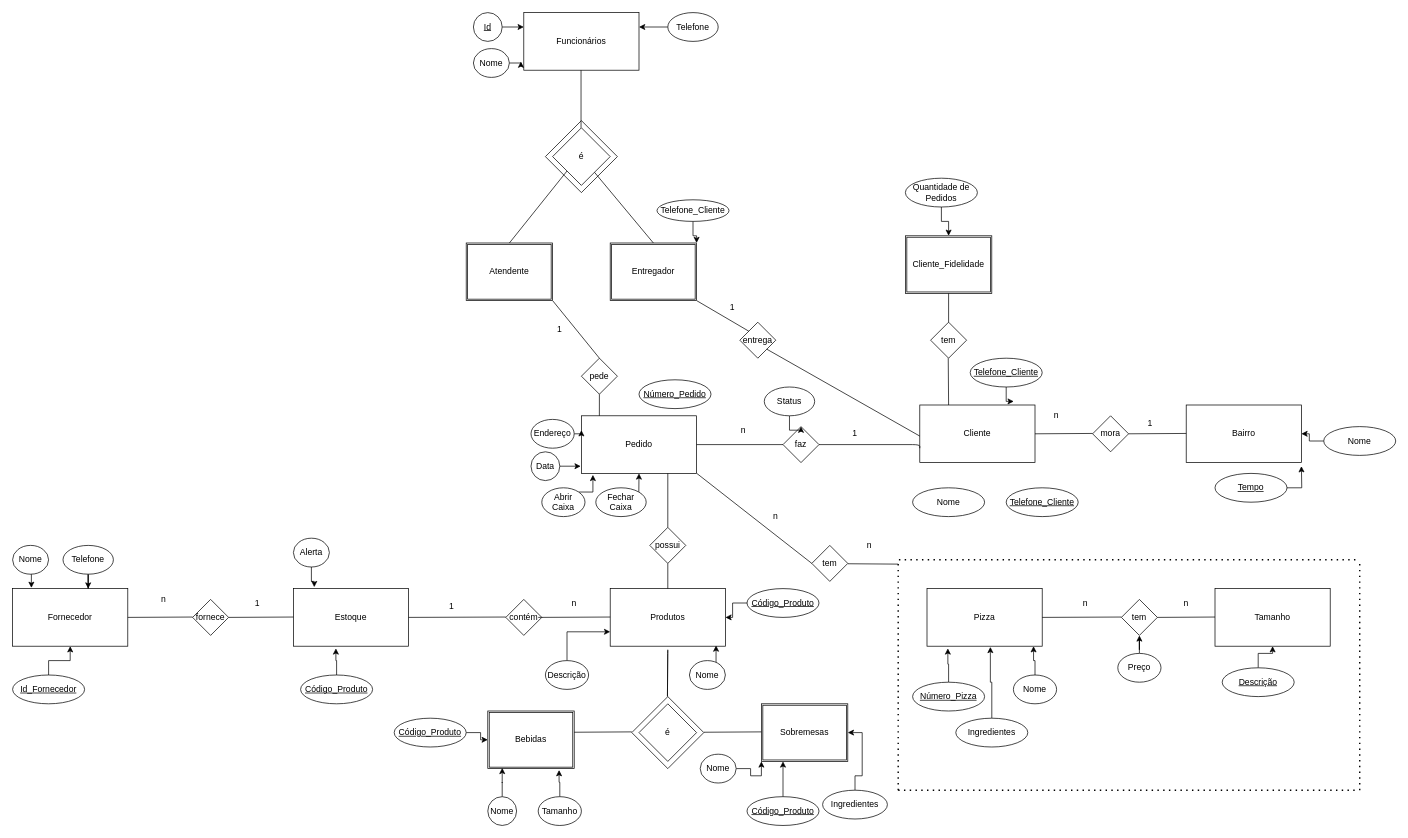
This is MER APSBD1.drawio from yangsouza/BD1, a draw.io file, before an edit. Source tidied: cells renumbered, new cells numbered last; positions are measured from the earlier drawing's top-left corner, leaving out a move shared by most shapes. Both pictures are drawn from the tidied source at 72%, with x=0, y=0 at pixel (12, 12).
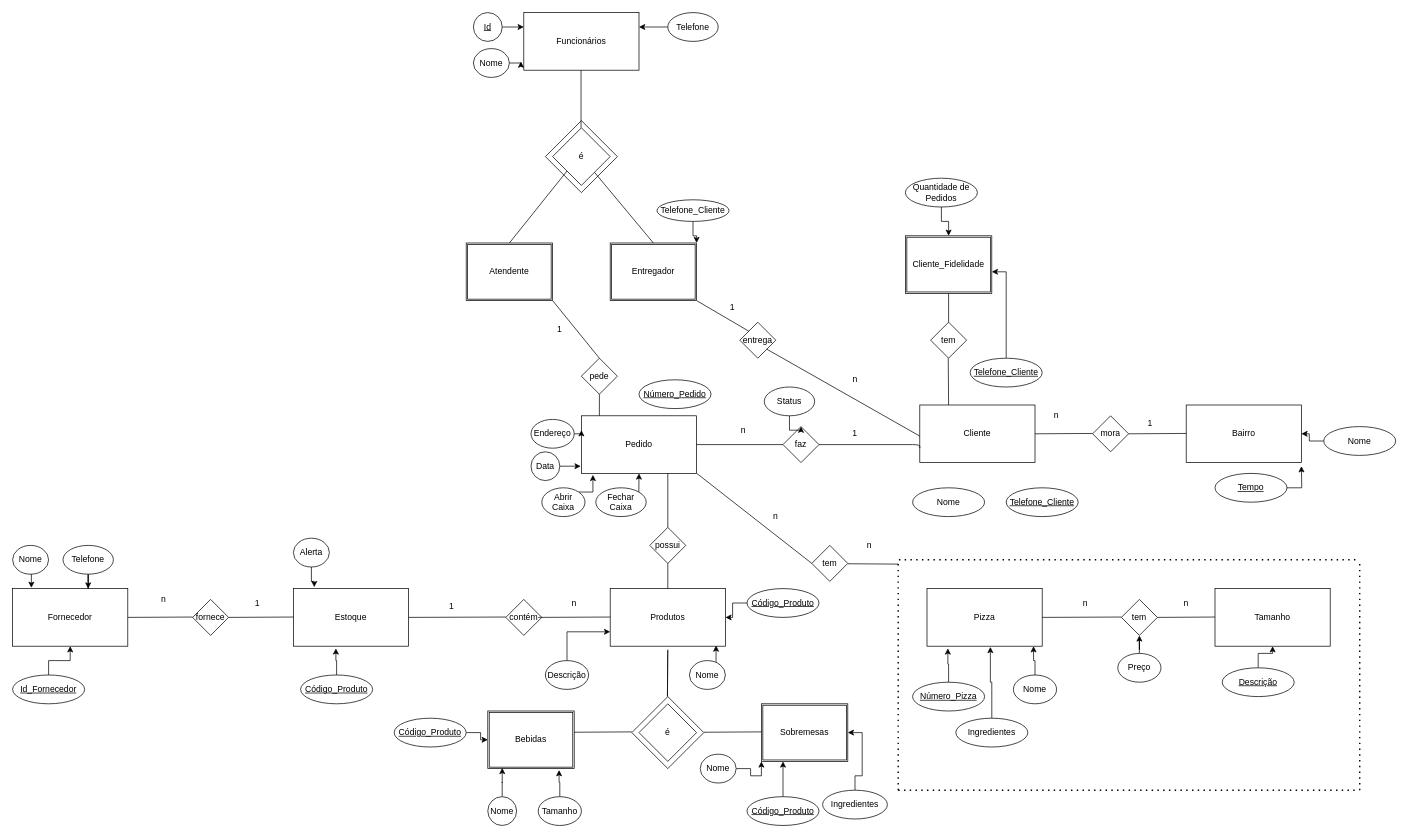
After the change.

The change refers to these unchanged cells:
```xml
<mxCell id="34" value="Cliente_Fidelidade" style="shape=ext;double=1;rounded=0;whiteSpace=wrap;html=1;" parent="1" vertex="1">
  <mxGeometry x="1240" y="310" width="120" height="80" as="geometry" />
</mxCell>
<mxCell id="36" value="Telefone_Cliente" style="ellipse;whiteSpace=wrap;html=1;align=center;fontStyle=4;" parent="1" vertex="1">
  <mxGeometry x="1330" y="480" width="100" height="40" as="geometry" />
</mxCell>
```

What changed in the source:
```diff
@@
-    <mxCell id="35" style="edgeStyle=orthogonalEdgeStyle;rounded=0;jettySize=auto;html=1;" parent="1" edge="1" source="36">
-      <mxGeometry relative="1" as="geometry">
-        <mxPoint x="1390" y="540" as="targetPoint" />
-      </mxGeometry>
-    </mxCell>
+    <mxCell id="148" style="edgeStyle=orthogonalEdgeStyle;rounded=0;jettySize=auto;html=1;" parent="1" edge="1" source="36" target="34">
+      <mxGeometry relative="1" as="geometry">
+        <Array as="points">
+          <mxPoint x="1380" y="360" />
+        </Array>
+      </mxGeometry>
+    </mxCell>
@@
+    <mxCell id="149" value="n" style="text;html=1;align=center;verticalAlign=middle;strokeColor=none;" parent="1" vertex="1">
+      <mxGeometry x="1160" y="500" width="20" height="20" as="geometry" />
+    </mxCell>
```
